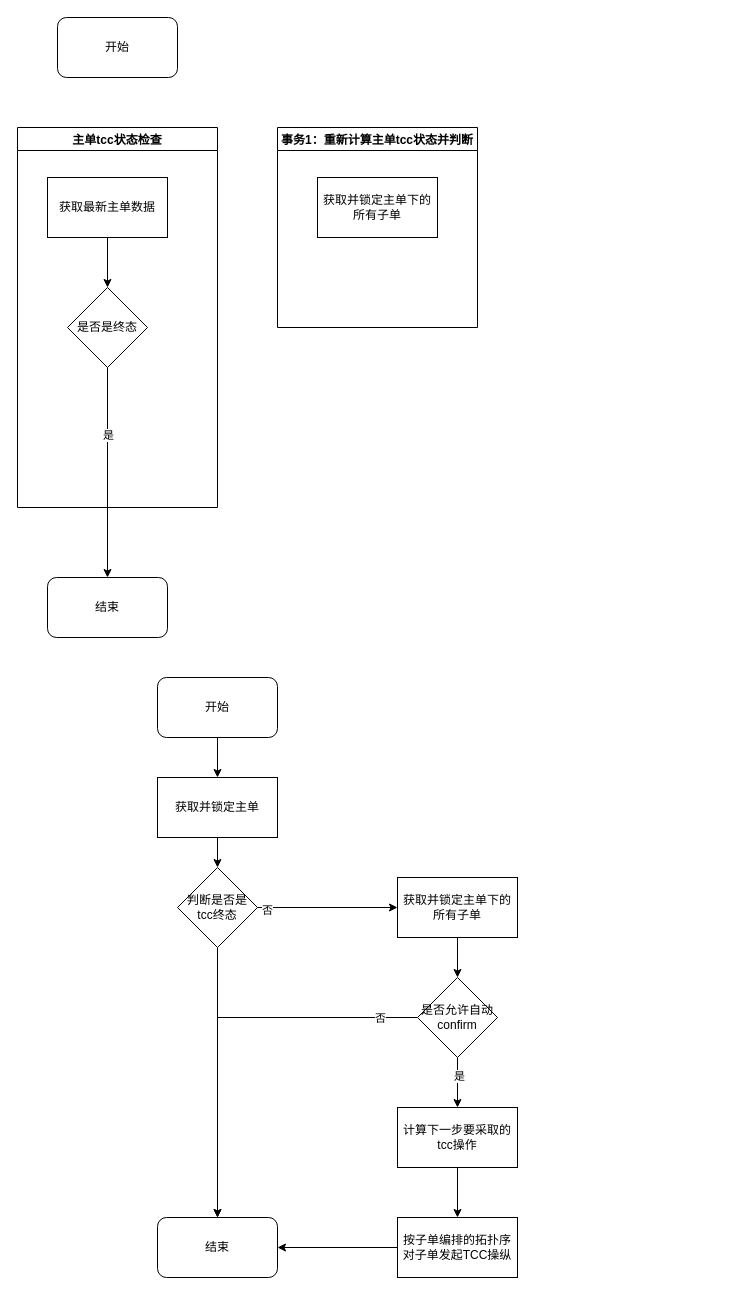
Above: 业务一致性协调流程.drawio in catface996/images (draw.io), before the change. Source tidied: cells renumbered, new cells numbered last; positions are measured from the earlier drawing's top-left corner, leaving out a move shared by most shapes. Both pictures are drawn from the tidied source at 100%, with x=0, y=0 at pixel (17, 17).
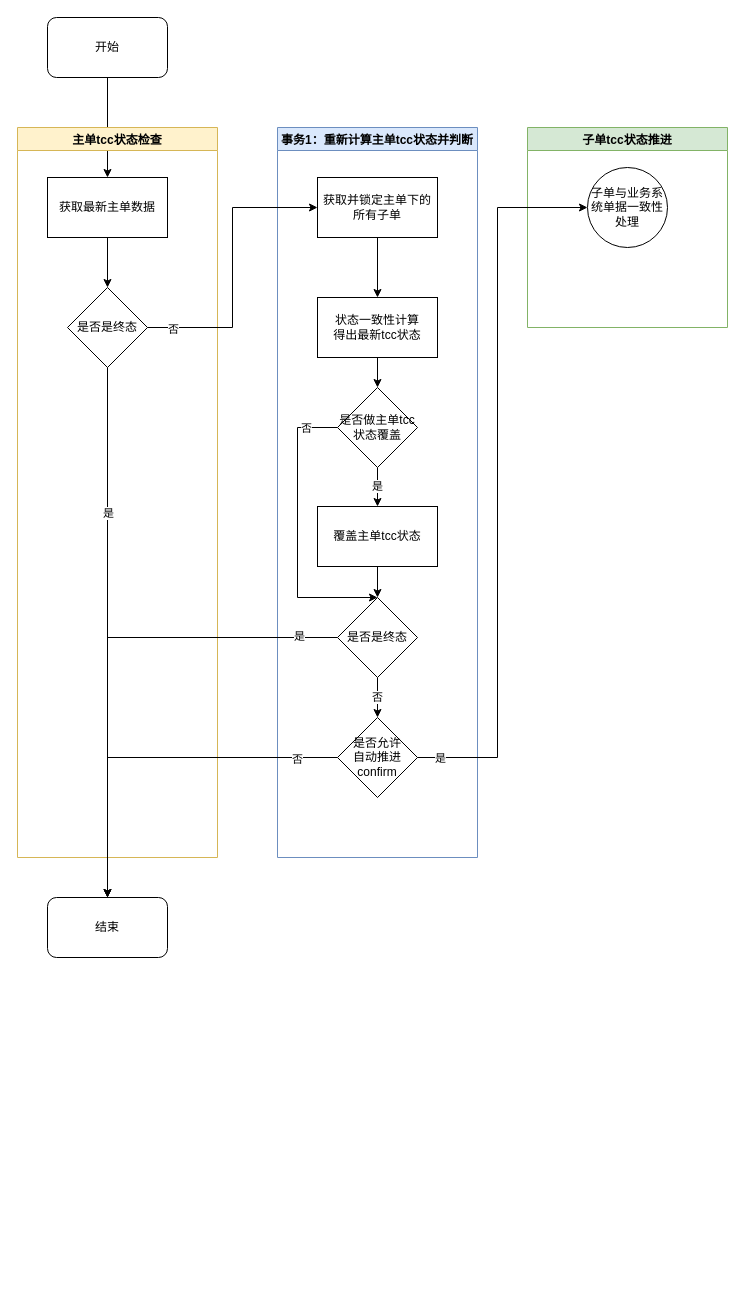
Above is the later version.

Commit message (it also covers changes not shown here):
更新业务一致性协调流程.drawio

The change refers to these unchanged cells:
```xml
<mxCell id="25" value="获取最新主单数据" style="rounded=0;whiteSpace=wrap;html=1;" parent="23" vertex="1">
  <mxGeometry x="30" y="50" width="120" height="60" as="geometry" />
</mxCell>
<mxCell id="26" value="是否是终态" style="rhombus;whiteSpace=wrap;html=1;" parent="23" vertex="1">
  <mxGeometry x="50" y="160" width="80" height="80" as="geometry" />
</mxCell>
<mxCell id="28" value="获取并锁定主单下的所有子单" style="rounded=0;whiteSpace=wrap;html=1;" parent="27" vertex="1">
  <mxGeometry x="40" y="50" width="120" height="60" as="geometry" />
</mxCell>
<mxCell id="30" style="edgeStyle=orthogonalEdgeStyle;rounded=0;jettySize=auto;html=1;entryX=0.5;entryY=0;entryDx=0;entryDy=0;" parent="1" edge="1" source="26" target="29">
  <mxGeometry relative="1" as="geometry" />
</mxCell>
```

What changed in the source:
```diff
@@
-    <mxCell id="2" style="edgeStyle=orthogonalEdgeStyle;rounded=0;jettySize=auto;html=1;entryX=0.5;entryY=0;entryDx=0;entryDy=0;" parent="1" edge="1" source="3" target="10">
-      <mxGeometry relative="1" as="geometry" />
-    </mxCell>
-    <mxCell id="3" value="开始" style="rounded=1;whiteSpace=wrap;html=1;" parent="1" vertex="1">
-      <mxGeometry x="140" y="660" width="120" height="60" as="geometry" />
-    </mxCell>
-    <mxCell id="4" value="结束" style="rounded=1;whiteSpace=wrap;html=1;" parent="1" vertex="1">
-      <mxGeometry x="140" y="1200" width="120" height="60" as="geometry" />
-    </mxCell>
-    <mxCell id="5" style="edgeStyle=orthogonalEdgeStyle;rounded=0;jettySize=auto;html=1;entryX=0;entryY=0.5;entryDx=0;entryDy=0;" parent="1" edge="1" source="13" target="15">
-      <mxGeometry relative="1" as="geometry" />
-    </mxCell>
-    <mxCell id="6" value="否" style="edgeLabel;html=1;align=center;verticalAlign=middle;" parent="5" vertex="1">
-      <mxGeometry x="-0.87" y="-1" relative="1" as="geometry">
-        <mxPoint y="1" as="offset" />
-      </mxGeometry>
-    </mxCell>
-    <mxCell id="7" style="edgeStyle=orthogonalEdgeStyle;rounded=0;jettySize=auto;html=1;entryX=1;entryY=0.5;entryDx=0;entryDy=0;" parent="1" edge="1" source="8" target="4">
-      <mxGeometry relative="1" as="geometry" />
-    </mxCell>
-    <mxCell id="8" value="按子单编排的拓扑序对子单发起TCC操纵" style="rounded=0;whiteSpace=wrap;html=1;" parent="1" vertex="1">
-      <mxGeometry x="380" y="1200" width="120" height="60" as="geometry" />
-    </mxCell>
-    <mxCell id="9" style="edgeStyle=orthogonalEdgeStyle;rounded=0;jettySize=auto;html=1;entryX=0.5;entryY=0;entryDx=0;entryDy=0;" parent="1" edge="1" source="16" target="8">
-      <mxGeometry relative="1" as="geometry" />
-    </mxCell>
-    <mxCell id="10" value="获取并锁定主单" style="rounded=0;whiteSpace=wrap;html=1;" parent="1" vertex="1">
-      <mxGeometry x="140" y="760" width="120" height="60" as="geometry" />
-    </mxCell>
-    <mxCell id="11" style="edgeStyle=orthogonalEdgeStyle;rounded=0;jettySize=auto;html=1;entryX=0.5;entryY=0;entryDx=0;entryDy=0;" parent="1" edge="1" source="10" target="13">
-      <mxGeometry relative="1" as="geometry" />
-    </mxCell>
-    <mxCell id="12" style="edgeStyle=orthogonalEdgeStyle;rounded=0;jettySize=auto;html=1;entryX=0.5;entryY=0;entryDx=0;entryDy=0;" parent="1" edge="1" source="13" target="4">
-      <mxGeometry relative="1" as="geometry" />
-    </mxCell>
-    <mxCell id="13" value="判断是否是&lt;br&gt;tcc终态" style="rhombus;whiteSpace=wrap;html=1;" parent="1" vertex="1">
-      <mxGeometry x="160" y="850" width="80" height="80" as="geometry" />
-    </mxCell>
-    <mxCell id="14" style="edgeStyle=orthogonalEdgeStyle;rounded=0;jettySize=auto;html=1;entryX=0.5;entryY=0;entryDx=0;entryDy=0;" parent="1" edge="1" source="15" target="21">
-      <mxGeometry relative="1" as="geometry" />
-    </mxCell>
-    <mxCell id="15" value="获取并锁定主单下的所有子单" style="rounded=0;whiteSpace=wrap;html=1;" parent="1" vertex="1">
-      <mxGeometry x="380" y="860" width="120" height="60" as="geometry" />
-    </mxCell>
-    <mxCell id="16" value="计算下一步要采取的tcc操作" style="rounded=0;whiteSpace=wrap;html=1;" parent="1" vertex="1">
-      <mxGeometry x="380" y="1090" width="120" height="60" as="geometry" />
-    </mxCell>
-    <mxCell id="17" style="edgeStyle=orthogonalEdgeStyle;rounded=0;jettySize=auto;html=1;entryX=0.5;entryY=0;entryDx=0;entryDy=0;" parent="1" edge="1" source="21" target="16">
-      <mxGeometry relative="1" as="geometry" />
-    </mxCell>
-    <mxCell id="18" value="是" style="edgeLabel;html=1;align=center;verticalAlign=middle;" parent="17" vertex="1">
-      <mxGeometry x="-0.3" y="1" relative="1" as="geometry" />
-    </mxCell>
-    <mxCell id="19" style="edgeStyle=orthogonalEdgeStyle;rounded=0;jettySize=auto;html=1;entryX=0.5;entryY=0;entryDx=0;entryDy=0;" parent="1" edge="1" source="21" target="4">
-      <mxGeometry relative="1" as="geometry" />
-    </mxCell>
-    <mxCell id="20" value="否" style="edgeLabel;html=1;align=center;verticalAlign=middle;" parent="19" vertex="1">
-      <mxGeometry x="-0.81" relative="1" as="geometry" />
-    </mxCell>
-    <mxCell id="21" value="是否允许自动confirm" style="rhombus;whiteSpace=wrap;html=1;" parent="1" vertex="1">
-      <mxGeometry x="400" y="960" width="80" height="80" as="geometry" />
-    </mxCell>
+    <mxCell id="32" style="edgeStyle=orthogonalEdgeStyle;rounded=0;jettySize=auto;html=1;entryX=0.5;entryY=0;entryDx=0;entryDy=0;" parent="1" edge="1" source="22" target="25">
+      <mxGeometry relative="1" as="geometry" />
+    </mxCell>
     <mxCell id="22" value="开始" style="rounded=1;whiteSpace=wrap;html=1;" parent="1" vertex="1">
-      <mxGeometry x="40" width="120" height="60" as="geometry" />
+      <mxGeometry x="30" width="120" height="60" as="geometry" />
     </mxCell>
-    <mxCell id="23" value="主单tcc状态检查" style="swimlane;" parent="1" vertex="1">
-      <mxGeometry y="110" width="200" height="380" as="geometry" />
+    <mxCell id="23" value="主单tcc状态检查" style="swimlane;fillColor=#fff2cc;strokeColor=#d6b656;" parent="1" vertex="1">
+      <mxGeometry y="110" width="200" height="730" as="geometry" />
     </mxCell>
@@
-    <mxCell id="27" value="事务1：重新计算主单tcc状态并判断" style="swimlane;" parent="1" vertex="1">
-      <mxGeometry x="260" y="110" width="200" height="200" as="geometry" />
+    <mxCell id="27" value="事务1：重新计算主单tcc状态并判断" style="swimlane;fillColor=#dae8fc;strokeColor=#6c8ebf;" parent="1" vertex="1">
+      <mxGeometry x="260" y="110" width="200" height="730" as="geometry" />
     </mxCell>
+    <mxCell id="33" style="edgeStyle=orthogonalEdgeStyle;rounded=0;jettySize=auto;html=1;entryX=0.5;entryY=0;entryDx=0;entryDy=0;" parent="27" edge="1" source="28" target="35">
+      <mxGeometry relative="1" as="geometry" />
+    </mxCell>
@@
+    <mxCell id="34" style="edgeStyle=orthogonalEdgeStyle;rounded=0;jettySize=auto;html=1;entryX=0.5;entryY=0;entryDx=0;entryDy=0;" parent="27" edge="1" source="35" target="37">
+      <mxGeometry relative="1" as="geometry" />
+    </mxCell>
+    <mxCell id="35" value="状态一致性计算&lt;br&gt;得出最新tcc状态" style="rounded=0;whiteSpace=wrap;html=1;" parent="27" vertex="1">
+      <mxGeometry x="40" y="170" width="120" height="60" as="geometry" />
+    </mxCell>
+    <mxCell id="36" value="是" style="edgeStyle=orthogonalEdgeStyle;rounded=0;jettySize=auto;html=1;" parent="27" edge="1" source="37" target="39">
+      <mxGeometry relative="1" as="geometry" />
+    </mxCell>
+    <mxCell id="37" value="是否做主单tcc状态覆盖" style="rhombus;whiteSpace=wrap;html=1;" parent="27" vertex="1">
+      <mxGeometry x="60" y="260" width="80" height="80" as="geometry" />
+    </mxCell>
+    <mxCell id="38" style="edgeStyle=orthogonalEdgeStyle;rounded=0;jettySize=auto;html=1;entryX=0.5;entryY=0;entryDx=0;entryDy=0;" parent="27" edge="1" source="39" target="41">
+      <mxGeometry relative="1" as="geometry" />
+    </mxCell>
+    <mxCell id="39" value="覆盖主单tcc状态" style="rounded=0;whiteSpace=wrap;html=1;" parent="27" vertex="1">
+      <mxGeometry x="40" y="379" width="120" height="60" as="geometry" />
+    </mxCell>
+    <mxCell id="40" value="否" style="edgeStyle=orthogonalEdgeStyle;rounded=0;jettySize=auto;html=1;entryX=0.5;entryY=0;entryDx=0;entryDy=0;" parent="27" edge="1" source="41">
+      <mxGeometry relative="1" as="geometry">
+        <mxPoint x="100" y="590" as="targetPoint" />
+      </mxGeometry>
+    </mxCell>
+    <mxCell id="41" value="是否是终态" style="rhombus;whiteSpace=wrap;html=1;" parent="27" vertex="1">
+      <mxGeometry x="60" y="470" width="80" height="80" as="geometry" />
+    </mxCell>
+    <mxCell id="42" value="是否允许&lt;br&gt;自动推进&lt;br&gt;confirm" style="rhombus;whiteSpace=wrap;html=1;" parent="27" vertex="1">
+      <mxGeometry x="60" y="590" width="80" height="80" as="geometry" />
+    </mxCell>
+    <mxCell id="43" style="edgeStyle=orthogonalEdgeStyle;rounded=0;jettySize=auto;html=1;entryX=0.5;entryY=0;entryDx=0;entryDy=0;exitX=0;exitY=0.5;exitDx=0;exitDy=0;" parent="27" edge="1" source="37" target="41">
+      <mxGeometry relative="1" as="geometry">
+        <Array as="points">
+          <mxPoint x="20" y="300" />
+          <mxPoint x="20" y="470" />
+        </Array>
+      </mxGeometry>
+    </mxCell>
+    <mxCell id="44" value="否" style="edgeLabel;html=1;align=center;verticalAlign=middle;" parent="43" vertex="1">
+      <mxGeometry x="-0.78" relative="1" as="geometry" />
+    </mxCell>
     <mxCell id="29" value="结束" style="rounded=1;whiteSpace=wrap;html=1;" parent="1" vertex="1">
-      <mxGeometry x="30" y="560" width="120" height="60" as="geometry" />
+      <mxGeometry x="30" y="880" width="120" height="60" as="geometry" />
     </mxCell>
@@
     <mxCell id="31" value="是" style="edgeLabel;html=1;align=center;verticalAlign=middle;" parent="30" vertex="1">
       <mxGeometry x="-0.37" relative="1" as="geometry">
-        <mxPoint y="1" as="offset" />
+        <mxPoint y="-22" as="offset" />
       </mxGeometry>
     </mxCell>
+    <mxCell id="45" style="edgeStyle=orthogonalEdgeStyle;rounded=0;jettySize=auto;html=1;entryX=0;entryY=0.5;entryDx=0;entryDy=0;" parent="1" edge="1" source="26" target="28">
+      <mxGeometry relative="1" as="geometry" />
+    </mxCell>
+    <mxCell id="46" value="否" style="edgeLabel;html=1;align=center;verticalAlign=middle;" parent="45" vertex="1">
+      <mxGeometry x="-0.83" y="-1" relative="1" as="geometry" />
+    </mxCell>
+    <mxCell id="47" style="edgeStyle=orthogonalEdgeStyle;rounded=0;jettySize=auto;html=1;entryX=0.5;entryY=0;entryDx=0;entryDy=0;" parent="1" edge="1" source="41" target="29">
+      <mxGeometry relative="1" as="geometry" />
+    </mxCell>
+    <mxCell id="48" value="是" style="edgeLabel;html=1;align=center;verticalAlign=middle;" parent="47" vertex="1">
+      <mxGeometry x="-0.84" y="-2" relative="1" as="geometry" />
+    </mxCell>
+    <mxCell id="49" style="edgeStyle=orthogonalEdgeStyle;rounded=0;jettySize=auto;html=1;entryX=0.5;entryY=0;entryDx=0;entryDy=0;" parent="1" edge="1" source="42" target="29">
+      <mxGeometry relative="1" as="geometry" />
+    </mxCell>
+    <mxCell id="50" value="否" style="edgeLabel;html=1;align=center;verticalAlign=middle;" parent="49" vertex="1">
+      <mxGeometry x="-0.78" y="1" relative="1" as="geometry" />
+    </mxCell>
+    <mxCell id="51" value="子单tcc状态推进" style="swimlane;fillColor=#d5e8d4;strokeColor=#82b366;" parent="1" vertex="1">
+      <mxGeometry x="510" y="110" width="200" height="200" as="geometry" />
+    </mxCell>
+    <mxCell id="52" value="子单与业务系统单据一致性处理" style="ellipse;whiteSpace=wrap;html=1;gradientColor=none;" parent="51" vertex="1">
+      <mxGeometry x="60" y="40" width="80" height="80" as="geometry" />
+    </mxCell>
+    <mxCell id="53" style="edgeStyle=orthogonalEdgeStyle;rounded=0;jettySize=auto;html=1;entryX=0;entryY=0.5;entryDx=0;entryDy=0;" parent="1" edge="1" source="42" target="52">
+      <mxGeometry relative="1" as="geometry">
+        <Array as="points">
+          <mxPoint x="480" y="740" />
+          <mxPoint x="480" y="190" />
+        </Array>
+      </mxGeometry>
+    </mxCell>
+    <mxCell id="54" value="是" style="edgeLabel;html=1;align=center;verticalAlign=middle;" parent="53" vertex="1">
+      <mxGeometry x="-0.94" relative="1" as="geometry" />
+    </mxCell>
```
